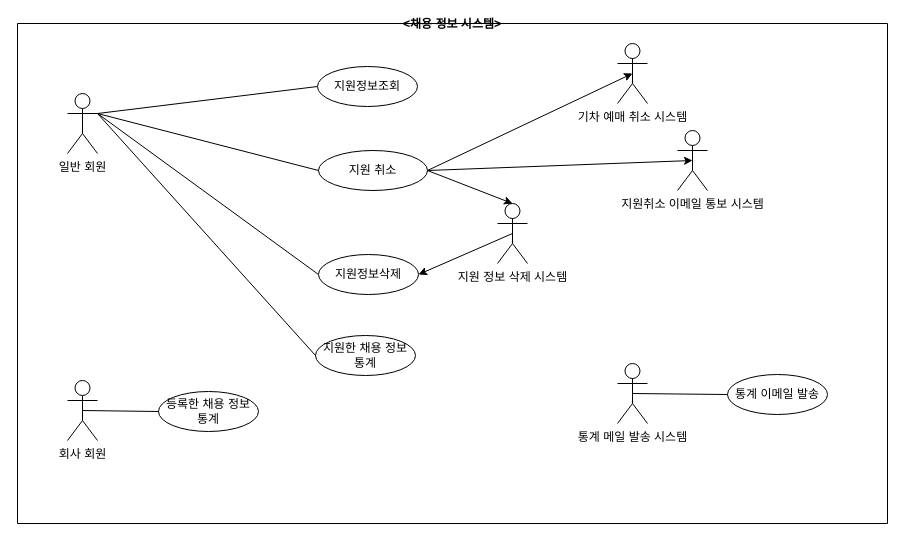
Earlier version of the draw.io diagram 지원기능관련.drawio (hjee02018/UML). Source tidied: cells renumbered, new cells numbered last; positions are measured from the earlier drawing's top-left corner, leaving out a move shared by most shapes. Both pictures are drawn from the tidied source at 100%, with x=0, y=0 at pixel (17, 23).
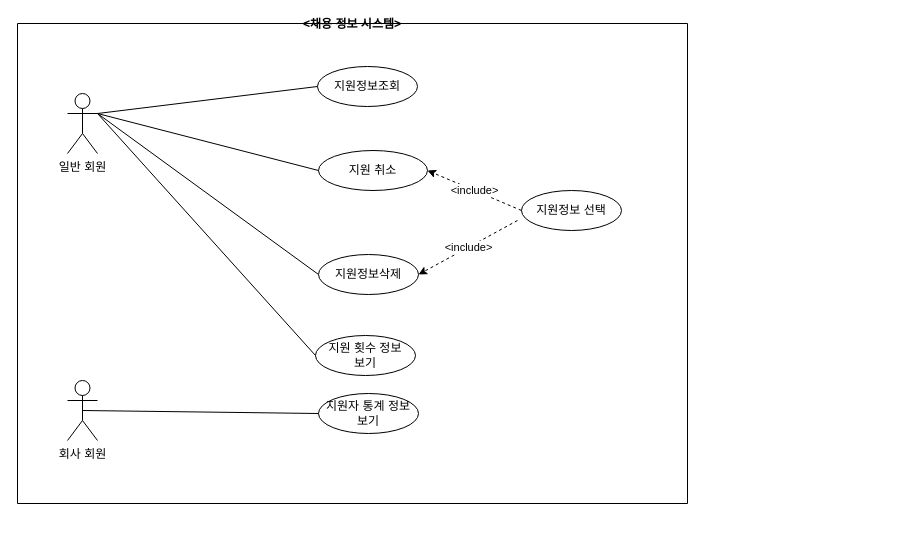
The same diagram, later.

Commit message:
지원기능관련.drawio 업데이트

The change refers to these unchanged cells:
```xml
<mxCell id="11" value="지원 취소" style="ellipse;whiteSpace=wrap;html=1;" parent="7" vertex="1">
  <mxGeometry x="301" y="127" width="109" height="40" as="geometry" />
</mxCell>
<mxCell id="17" value="지원정보삭제" style="ellipse;whiteSpace=wrap;html=1;" parent="7" vertex="1">
  <mxGeometry x="301" y="231" width="100" height="40" as="geometry" />
</mxCell>
```

The edit, as a diff of the source:
```diff
@@
     <mxCell id="7" value="&lt;채용 정보 시스템&gt;" style="swimlane;startSize=0;" parent="1" vertex="1">
-      <mxGeometry width="870" height="500" as="geometry" />
+      <mxGeometry width="670" height="480" as="geometry" />
     </mxCell>
-    <mxCell id="8" value="등록한 채용 정보 통계" style="ellipse;whiteSpace=wrap;html=1;" parent="7" vertex="1">
-      <mxGeometry x="141" y="368" width="100" height="40" as="geometry" />
+    <mxCell id="8" value="지원자 통계 정보&lt;br&gt;보기" style="ellipse;whiteSpace=wrap;html=1;" parent="7" vertex="1">
+      <mxGeometry x="301" y="370" width="100" height="40" as="geometry" />
     </mxCell>
-    <mxCell id="9" value="지원 정보 삭제 시스템" style="shape=umlActor;verticalLabelPosition=bottom;verticalAlign=top;html=1;outlineConnect=0;" parent="7" vertex="1">
-      <mxGeometry x="480" y="180" width="30" height="60" as="geometry" />
-    </mxCell>
-    <mxCell id="10" value="지원취소 이메일 통보 시스템" style="shape=umlActor;verticalLabelPosition=bottom;verticalAlign=top;html=1;outlineConnect=0;" parent="7" vertex="1">
-      <mxGeometry x="660" y="107" width="30" height="60" as="geometry" />
-    </mxCell>
@@
-    <mxCell id="12" style="endArrow=classic;html=1;rounded=0;entryX=0.5;entryY=0.5;entryDx=0;entryDy=0;entryPerimeter=0;exitX=1;exitY=0.5;exitDx=0;exitDy=0;" parent="7" edge="1" source="11" target="10">
-      <mxGeometry relative="1" as="geometry" />
-    </mxCell>
-    <mxCell id="13" style="endArrow=classic;html=1;rounded=0;entryX=0.5;entryY=0;entryDx=0;entryDy=0;exitX=1;exitY=0.5;exitDx=0;exitDy=0;entryPerimeter=0;" parent="7" edge="1" source="11" target="9">
-      <mxGeometry relative="1" as="geometry" />
-    </mxCell>
-    <mxCell id="14" value="지원한 채용 정보 통계" style="ellipse;whiteSpace=wrap;html=1;" parent="7" vertex="1">
+    <mxCell id="14" value="지원 횟수 정보&lt;br&gt;보기" style="ellipse;whiteSpace=wrap;html=1;" parent="7" vertex="1">
       <mxGeometry x="298" y="312" width="100" height="40" as="geometry" />
     </mxCell>
-    <mxCell id="15" value="통계 메일 발송 시스템" style="shape=umlActor;verticalLabelPosition=bottom;verticalAlign=top;html=1;outlineConnect=0;" parent="7" vertex="1">
-      <mxGeometry x="600" y="340" width="30" height="60" as="geometry" />
-    </mxCell>
-    <mxCell id="16" value="통계 이메일 발송" style="ellipse;whiteSpace=wrap;html=1;" parent="7" vertex="1">
-      <mxGeometry x="710" y="351" width="100" height="40" as="geometry" />
-    </mxCell>
@@
-    <mxCell id="18" style="endArrow=classic;html=1;rounded=0;entryX=1;entryY=0.5;entryDx=0;entryDy=0;exitX=0.5;exitY=0.5;exitDx=0;exitDy=0;exitPerimeter=0;" parent="7" edge="1" source="9" target="17">
-      <mxGeometry relative="1" as="geometry" />
-    </mxCell>
-    <mxCell id="19" style="endArrow=none;html=1;rounded=0;entryX=0;entryY=0.5;entryDx=0;entryDy=0;exitX=0.5;exitY=0.5;exitDx=0;exitDy=0;exitPerimeter=0;" parent="7" edge="1" source="15" target="16">
-      <mxGeometry relative="1" as="geometry" />
-    </mxCell>
-    <mxCell id="20" style="endArrow=classic;html=1;rounded=0;exitX=1;exitY=0.5;exitDx=0;exitDy=0;entryX=0.5;entryY=0.5;entryDx=0;entryDy=0;entryPerimeter=0;" parent="1" edge="1" source="11" target="23">
-      <mxGeometry relative="1" as="geometry" />
-    </mxCell>
+    <mxCell id="25" value="지원정보 선택" style="ellipse;whiteSpace=wrap;html=1;" parent="7" vertex="1">
+      <mxGeometry x="504" y="167" width="100" height="40" as="geometry" />
+    </mxCell>
+    <mxCell id="26" value="&amp;lt;include&amp;gt;" style="endArrow=classic;html=1;rounded=0;exitX=0;exitY=0.5;exitDx=0;exitDy=0;entryX=1;entryY=0.5;entryDx=0;entryDy=0;dashed=1;targetPerimeterSpacing=1;strokeWidth=1;" parent="7" edge="1" source="25" target="11">
+      <mxGeometry relative="1" as="geometry" />
+    </mxCell>
@@
-    <mxCell id="23" value="기차 예매 취소 시스템" style="shape=umlActor;verticalLabelPosition=bottom;verticalAlign=top;html=1;outlineConnect=0;" parent="1" vertex="1">
-      <mxGeometry x="600" y="20" width="30" height="60" as="geometry" />
-    </mxCell>
@@
+    <mxCell id="27" value="&amp;lt;include&amp;gt;" style="endArrow=classic;html=1;rounded=0;exitX=0;exitY=0.5;exitDx=0;exitDy=0;entryX=1;entryY=0.5;entryDx=0;entryDy=0;dashed=1;targetPerimeterSpacing=1;strokeWidth=1;" parent="1" edge="1" target="17">
+      <mxGeometry relative="1" as="geometry">
+        <mxPoint x="500" y="197" as="sourcePoint" />
+      </mxGeometry>
+    </mxCell>
```
